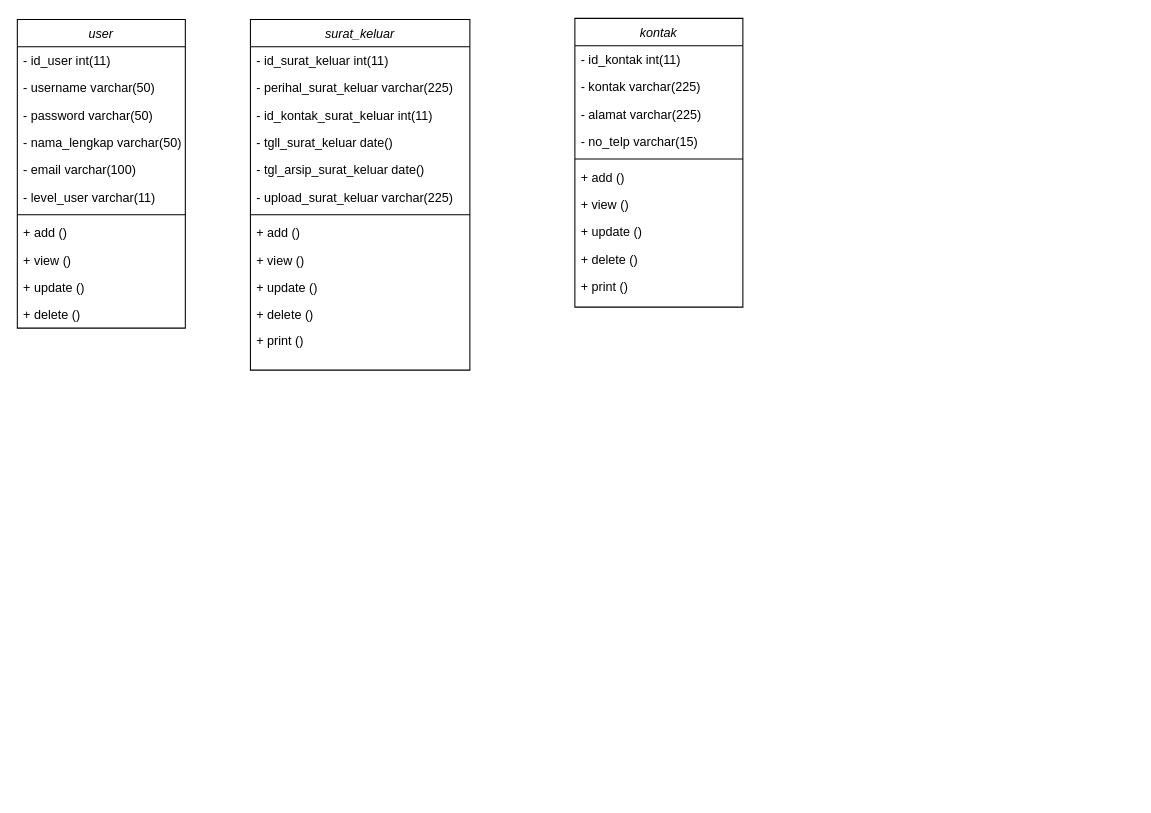
Above: Class Diagram Sistem Informasi Kearsipan Tata Usaha Berbasis Web.drawio in IlyasArzkeen/RedianaIlyas-ProjectUTS (draw.io), before the change. Source tidied: cells renumbered, new cells numbered last; positions are measured from the earlier drawing's top-left corner, leaving out a move shared by most shapes. Both pictures are drawn from the tidied source at 105%, with x=0, y=0 at pixel (17, 18).
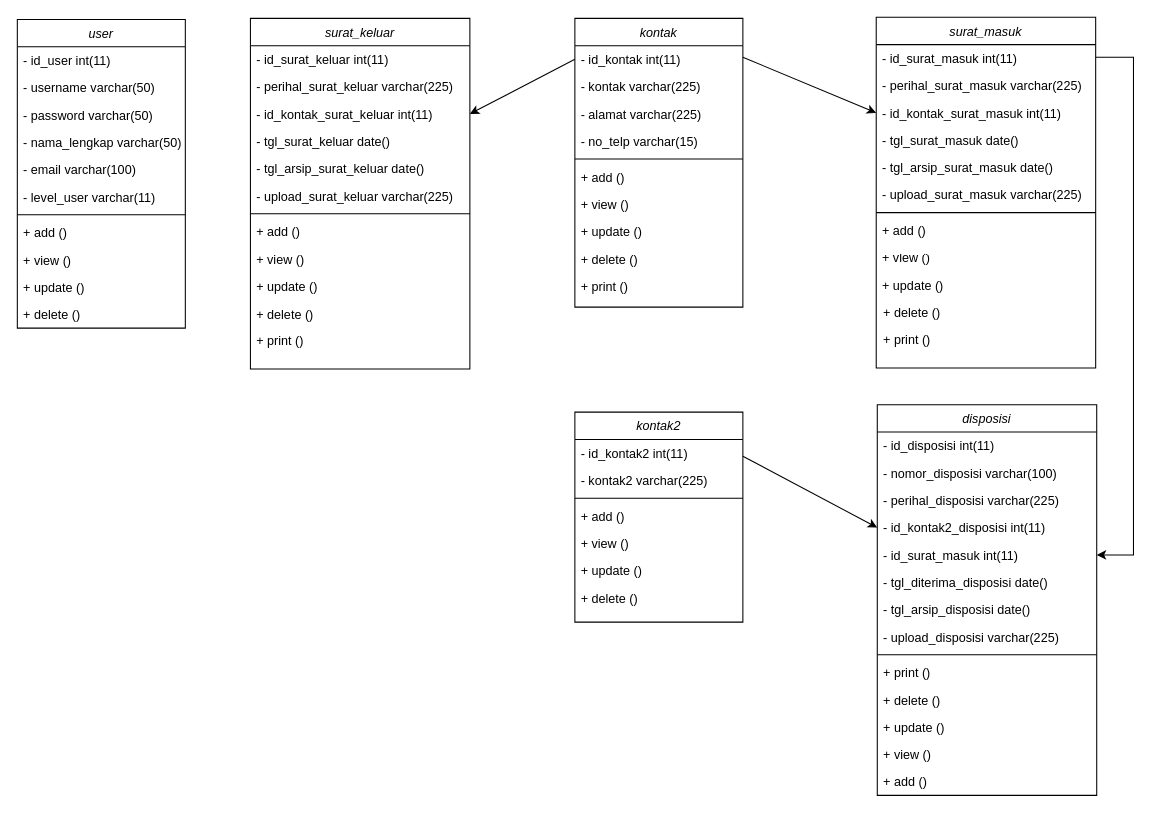
Above is the later version.

The change refers to these unchanged cells:
```xml
<mxCell id="17" value="- id_kontak_surat_keluar int(11)" style="text;align=left;verticalAlign=top;spacingLeft=4;spacingRight=4;overflow=hidden;points=[[0,0.5],[1,0.5]];portConstraint=eastwest;rounded=0;shadow=0;html=0;" parent="14" vertex="1">
  <mxGeometry y="78" width="209" height="26" as="geometry" />
</mxCell>
<mxCell id="28" value="- id_kontak int(11)&#10;" style="text;align=left;verticalAlign=top;spacingLeft=4;spacingRight=4;overflow=hidden;points=[[0,0.5],[1,0.5]];portConstraint=eastwest;" parent="27" vertex="1">
  <mxGeometry y="26" width="160" height="26" as="geometry" />
</mxCell>
```

Diff of the diagram source:
```diff
@@
     <mxCell id="14" value="surat_keluar" style="swimlane;fontStyle=2;align=center;verticalAlign=top;horizontal=1;startSize=26;rounded=0;shadow=0;strokeWidth=1;" parent="1" vertex="1">
-      <mxGeometry x="222" y="1" width="209" height="334" as="geometry" />
+      <mxGeometry x="222" width="209" height="334" as="geometry" />
     </mxCell>
@@
-    <mxCell id="18" value="- tgll_surat_keluar date()" style="text;align=left;verticalAlign=top;spacingLeft=4;spacingRight=4;overflow=hidden;rounded=0;shadow=0;html=0;" parent="14" vertex="1">
+    <mxCell id="18" value="- tgl_surat_keluar date()" style="text;align=left;verticalAlign=top;spacingLeft=4;spacingRight=4;overflow=hidden;rounded=0;shadow=0;html=0;" parent="14" vertex="1">
       <mxGeometry y="104" width="209" height="26" as="geometry" />
     </mxCell>
@@
+    <mxCell id="38" value="surat_masuk" style="swimlane;fontStyle=2;align=center;verticalAlign=top;horizontal=1;startSize=26;rounded=0;shadow=0;strokeWidth=1;" parent="1" vertex="1">
+      <mxGeometry x="818" y="-1" width="209" height="334" as="geometry" />
+    </mxCell>
+    <mxCell id="39" value="- id_surat_masuk int(11)&#10;" style="text;align=left;verticalAlign=top;spacingLeft=4;spacingRight=4;overflow=hidden;" parent="38" vertex="1">
+      <mxGeometry y="26" width="209" height="26" as="geometry" />
+    </mxCell>
+    <mxCell id="40" value="- perihal_surat_masuk varchar(225)" style="text;align=left;verticalAlign=top;spacingLeft=4;spacingRight=4;overflow=hidden;rounded=0;shadow=0;html=0;" parent="38" vertex="1">
+      <mxGeometry y="52" width="209" height="26" as="geometry" />
+    </mxCell>
+    <mxCell id="41" value="- id_kontak_surat_masuk int(11)" style="text;align=left;verticalAlign=top;spacingLeft=4;spacingRight=4;overflow=hidden;points=[[0,0.5],[1,0.5]];portConstraint=eastwest;rounded=0;shadow=0;html=0;" parent="38" vertex="1">
+      <mxGeometry y="78" width="209" height="26" as="geometry" />
+    </mxCell>
+    <mxCell id="42" value="- tgl_surat_masuk date()" style="text;align=left;verticalAlign=top;spacingLeft=4;spacingRight=4;overflow=hidden;rounded=0;shadow=0;html=0;" parent="38" vertex="1">
+      <mxGeometry y="104" width="209" height="26" as="geometry" />
+    </mxCell>
+    <mxCell id="43" value="- tgl_arsip_surat_masuk date()" style="text;align=left;verticalAlign=top;spacingLeft=4;spacingRight=4;overflow=hidden;rounded=0;shadow=0;html=0;" parent="38" vertex="1">
+      <mxGeometry y="130" width="209" height="26" as="geometry" />
+    </mxCell>
+    <mxCell id="44" value="- upload_surat_masuk varchar(225)" style="text;align=left;verticalAlign=top;spacingLeft=4;spacingRight=4;overflow=hidden;rounded=0;shadow=0;html=0;" parent="38" vertex="1">
+      <mxGeometry y="156" width="209" height="26" as="geometry" />
+    </mxCell>
+    <mxCell id="45" style="line;html=1;strokeWidth=1;align=left;verticalAlign=middle;spacingTop=-1;spacingLeft=3;spacingRight=3;labelPosition=right;" parent="38" vertex="1">
+      <mxGeometry y="182" width="209" height="8" as="geometry" />
+    </mxCell>
+    <mxCell id="46" value="+ add ()&#10;" style="text;align=left;verticalAlign=top;spacingLeft=4;spacingRight=4;overflow=hidden;" parent="38" vertex="1">
+      <mxGeometry y="190" width="209" height="26" as="geometry" />
+    </mxCell>
+    <mxCell id="47" value="+ view ()&#10;" style="text;align=left;verticalAlign=top;spacingLeft=4;spacingRight=4;overflow=hidden;" parent="38" vertex="1">
+      <mxGeometry y="216" width="209" height="26" as="geometry" />
+    </mxCell>
+    <mxCell id="48" value="+ update ()&#10;" style="text;align=left;verticalAlign=top;spacingLeft=4;spacingRight=4;overflow=hidden;" parent="38" vertex="1">
+      <mxGeometry y="242" width="209" height="26" as="geometry" />
+    </mxCell>
+    <mxCell id="49" value="+ delete ()&#10;" style="text;align=left;verticalAlign=top;spacingLeft=4;spacingRight=4;overflow=hidden;" parent="1" vertex="1">
+      <mxGeometry x="819" y="267" width="209" height="26" as="geometry" />
+    </mxCell>
+    <mxCell id="50" value="+ print ()&#10;" style="text;align=left;verticalAlign=top;spacingLeft=4;spacingRight=4;overflow=hidden;" parent="1" vertex="1">
+      <mxGeometry x="819" y="293" width="209" height="26" as="geometry" />
+    </mxCell>
+    <mxCell id="51" value="kontak2" style="swimlane;fontStyle=2;align=center;verticalAlign=top;horizontal=1;startSize=26;rounded=0;shadow=0;strokeWidth=1;" parent="1" vertex="1">
+      <mxGeometry x="531" y="375" width="160" height="200" as="geometry" />
+    </mxCell>
+    <mxCell id="52" value="- id_kontak2 int(11)&#10;" style="text;align=left;verticalAlign=top;spacingLeft=4;spacingRight=4;overflow=hidden;" parent="51" vertex="1">
+      <mxGeometry y="26" width="160" height="26" as="geometry" />
+    </mxCell>
+    <mxCell id="53" value="- kontak2 varchar(225)" style="text;align=left;verticalAlign=top;spacingLeft=4;spacingRight=4;overflow=hidden;rounded=0;shadow=0;html=0;" parent="51" vertex="1">
+      <mxGeometry y="52" width="160" height="26" as="geometry" />
+    </mxCell>
+    <mxCell id="54" style="line;html=1;strokeWidth=1;align=left;verticalAlign=middle;spacingTop=-1;spacingLeft=3;spacingRight=3;labelPosition=right;" parent="51" vertex="1">
+      <mxGeometry y="78" width="160" height="8" as="geometry" />
+    </mxCell>
+    <mxCell id="55" value="+ add ()&#10;" style="text;align=left;verticalAlign=top;spacingLeft=4;spacingRight=4;overflow=hidden;" parent="51" vertex="1">
+      <mxGeometry y="86" width="160" height="26" as="geometry" />
+    </mxCell>
+    <mxCell id="56" value="+ view ()&#10;" style="text;align=left;verticalAlign=top;spacingLeft=4;spacingRight=4;overflow=hidden;" parent="51" vertex="1">
+      <mxGeometry y="112" width="160" height="26" as="geometry" />
+    </mxCell>
+    <mxCell id="57" value="+ update ()&#10;" style="text;align=left;verticalAlign=top;spacingLeft=4;spacingRight=4;overflow=hidden;" parent="51" vertex="1">
+      <mxGeometry y="138" width="160" height="26" as="geometry" />
+    </mxCell>
+    <mxCell id="58" value="+ delete ()&#10;" style="text;align=left;verticalAlign=top;spacingLeft=4;spacingRight=4;overflow=hidden;" parent="51" vertex="1">
+      <mxGeometry y="164" width="160" height="26" as="geometry" />
+    </mxCell>
+    <mxCell id="59" value="disposisi" style="swimlane;fontStyle=2;align=center;verticalAlign=top;horizontal=1;startSize=26;rounded=0;shadow=0;strokeWidth=1;" parent="1" vertex="1">
+      <mxGeometry x="819" y="368" width="209" height="372" as="geometry" />
+    </mxCell>
+    <mxCell id="60" value="- id_disposisi int(11)&#10;" style="text;align=left;verticalAlign=top;spacingLeft=4;spacingRight=4;overflow=hidden;" parent="59" vertex="1">
+      <mxGeometry y="26" width="209" height="26" as="geometry" />
+    </mxCell>
+    <mxCell id="61" value="- nomor_disposisi varchar(100)" style="text;align=left;verticalAlign=top;spacingLeft=4;spacingRight=4;overflow=hidden;rounded=0;shadow=0;html=0;" parent="59" vertex="1">
+      <mxGeometry y="52" width="209" height="26" as="geometry" />
+    </mxCell>
+    <mxCell id="62" value="- perihal_disposisi varchar(225)" style="text;align=left;verticalAlign=top;spacingLeft=4;spacingRight=4;overflow=hidden;rounded=0;shadow=0;html=0;" parent="59" vertex="1">
+      <mxGeometry y="78" width="209" height="26" as="geometry" />
+    </mxCell>
+    <mxCell id="63" value="- id_kontak2_disposisi int(11)" style="text;align=left;verticalAlign=top;spacingLeft=4;spacingRight=4;overflow=hidden;points=[[0,0.5],[1,0.5]];portConstraint=eastwest;rounded=0;shadow=0;html=0;" parent="59" vertex="1">
+      <mxGeometry y="104" width="209" height="26" as="geometry" />
+    </mxCell>
+    <mxCell id="64" value="- id_surat_masuk int(11)" style="text;align=left;verticalAlign=top;spacingLeft=4;spacingRight=4;overflow=hidden;points=[[0,0.5],[1,0.5]];portConstraint=eastwest;rounded=0;shadow=0;html=0;" parent="59" vertex="1">
+      <mxGeometry y="130" width="209" height="26" as="geometry" />
+    </mxCell>
+    <mxCell id="65" value="- tgl_diterima_disposisi date()" style="text;align=left;verticalAlign=top;spacingLeft=4;spacingRight=4;overflow=hidden;rounded=0;shadow=0;html=0;" parent="59" vertex="1">
+      <mxGeometry y="156" width="209" height="26" as="geometry" />
+    </mxCell>
+    <mxCell id="66" value="- tgl_arsip_disposisi date()" style="text;align=left;verticalAlign=top;spacingLeft=4;spacingRight=4;overflow=hidden;rounded=0;shadow=0;html=0;" parent="59" vertex="1">
+      <mxGeometry y="182" width="209" height="26" as="geometry" />
+    </mxCell>
+    <mxCell id="67" value="- upload_disposisi varchar(225)" style="text;align=left;verticalAlign=top;spacingLeft=4;spacingRight=4;overflow=hidden;rounded=0;shadow=0;html=0;" parent="59" vertex="1">
+      <mxGeometry y="208" width="209" height="26" as="geometry" />
+    </mxCell>
+    <mxCell id="68" style="line;html=1;strokeWidth=1;align=left;verticalAlign=middle;spacingTop=-1;spacingLeft=3;spacingRight=3;labelPosition=right;" parent="59" vertex="1">
+      <mxGeometry y="234" width="209" height="8" as="geometry" />
+    </mxCell>
+    <mxCell id="69" value="+ print ()&#10;" style="text;align=left;verticalAlign=top;spacingLeft=4;spacingRight=4;overflow=hidden;" parent="59" vertex="1">
+      <mxGeometry y="242" width="209" height="26" as="geometry" />
+    </mxCell>
+    <mxCell id="70" value="+ delete ()&#10;" style="text;align=left;verticalAlign=top;spacingLeft=4;spacingRight=4;overflow=hidden;" parent="59" vertex="1">
+      <mxGeometry y="268" width="209" height="26" as="geometry" />
+    </mxCell>
+    <mxCell id="71" value="+ update ()&#10;" style="text;align=left;verticalAlign=top;spacingLeft=4;spacingRight=4;overflow=hidden;" parent="59" vertex="1">
+      <mxGeometry y="294" width="209" height="26" as="geometry" />
+    </mxCell>
+    <mxCell id="72" value="+ view ()&#10;" style="text;align=left;verticalAlign=top;spacingLeft=4;spacingRight=4;overflow=hidden;" parent="59" vertex="1">
+      <mxGeometry y="320" width="209" height="26" as="geometry" />
+    </mxCell>
+    <mxCell id="73" value="+ add ()&#10;" style="text;align=left;verticalAlign=top;spacingLeft=4;spacingRight=4;overflow=hidden;" parent="59" vertex="1">
+      <mxGeometry y="346" width="209" height="26" as="geometry" />
+    </mxCell>
+    <mxCell id="74" style="endArrow=classic;html=1;rounded=0;entryX=1;entryY=0.5;entryDx=0;entryDy=0;exitX=0;exitY=0.5;exitDx=0;exitDy=0;" parent="1" edge="1" source="28" target="17">
+      <mxGeometry relative="1" as="geometry" />
+    </mxCell>
+    <mxCell id="75" style="endArrow=classic;html=1;rounded=0;entryX=0;entryY=0.5;entryDx=0;entryDy=0;" parent="1" edge="1" target="41">
+      <mxGeometry relative="1" as="geometry">
+        <mxPoint x="691" y="37" as="sourcePoint" />
+      </mxGeometry>
+    </mxCell>
+    <mxCell id="76" style="endArrow=classic;html=1;rounded=0;entryX=1;entryY=0.5;entryDx=0;entryDy=0;" parent="1" edge="1" target="64">
+      <mxGeometry relative="1" as="geometry">
+        <mxPoint x="1027" y="37" as="sourcePoint" />
+        <Array as="points">
+          <mxPoint x="1063" y="37" />
+          <mxPoint x="1063" y="511" />
+        </Array>
+      </mxGeometry>
+    </mxCell>
+    <mxCell id="77" style="endArrow=classic;html=1;rounded=0;entryX=0;entryY=0.5;entryDx=0;entryDy=0;" parent="1" edge="1" target="63">
+      <mxGeometry relative="1" as="geometry">
+        <mxPoint x="691" y="417" as="sourcePoint" />
+      </mxGeometry>
+    </mxCell>
```
